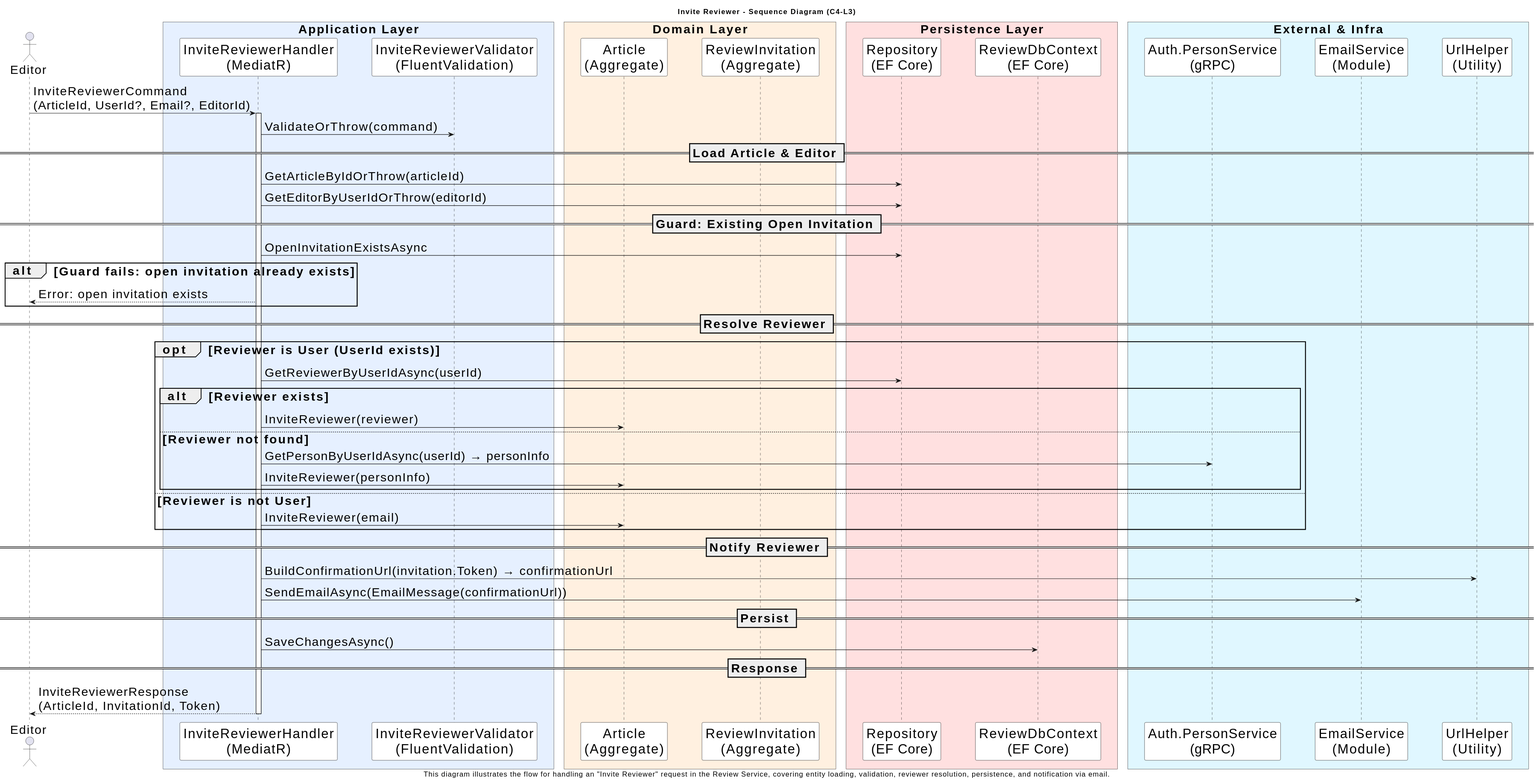
ldumit/Articles keeps this PlantUML diagram as docs/architecture/services/Review/C4-L3-InviteReviewer-Sequence.svg. Above is the earlier version.
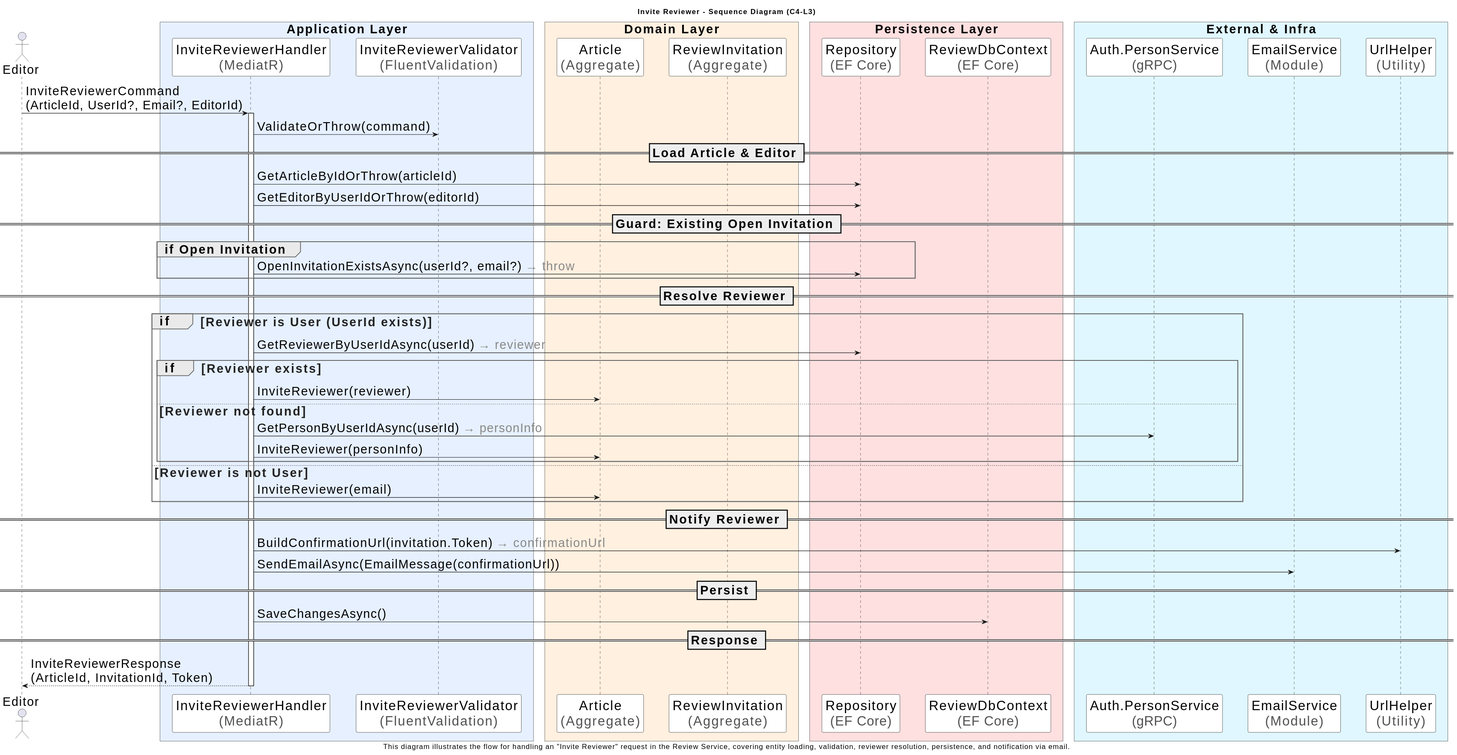
Above is the later version.

Commit message:
[Architecture] Update Invite Reviewer sequence diagram

The edit, as a diff of the source:
```diff
@@ -1,14 +1,21 @@
 @startuml
+!define MUTED(x) <color:#888888>x</color>
+!define GRAY(x) <color:#505050>x</color>
+
 skinparam DefaultFontSize 24
 skinparam participant {
   FontSize 26
   BackgroundColor White
   BorderColor Black
 }
-skinparam ParticipantPadding 29
-skinparam BoxPadding 9
+skinparam ParticipantPadding 20
+skinparam BoxPadding 10
 skinparam BboxBorderThickness 1
 skinparam ParticipantBackgroundColor<<Service>> #F2F2F2
+
+skinparam SequenceGroupBackgroundColor #EAEAEA
+skinparam SequenceGroupBorderColor #666666
+skinparam SequenceGroupFontColor #222222
 
 title Invite Reviewer - Sequence Diagram (C4-L3)
 caption This diagram illustrates the flow for handling an "Invite Reviewer" request in the Review Service, covering entity loading, validation, reviewer resolution, persistence, and notification via email.
@@ -16,24 +23,24 @@
 actor Client as "Editor"
 
 box " Application Layer " #E6F0FF
-  participant Handler as "InviteReviewerHandler\n(MediatR)"
-  participant Validator as "InviteReviewerValidator\n(FluentValidation)"
+  participant Handler as "InviteReviewerHandler\nGRAY((MediatR))"
+  participant Validator as "InviteReviewerValidator\nGRAY((FluentValidation))"
 end box
 
 box " Domain Layer " #FFF0E0
-  participant Article as "Article\n(Aggregate)"
-  participant Invitation as "ReviewInvitation\n(Aggregate)"
+  participant Article as "Article\nGRAY((Aggregate))"
+  participant Invitation as "ReviewInvitation\nGRAY((Aggregate))"
 end box
 
 box " Persistence Layer " #FFE0E0
-  participant Repository as "Repository\n(EF Core)"
-  participant DbContext as "ReviewDbContext\n(EF Core)"
+  participant Repository as "Repository\nGRAY((EF Core))"
+  participant DbContext as "ReviewDbContext\nGRAY((EF Core))"
 end box
 
 box " External & Infra " #E0F7FF
-  participant PersonSvc as "Auth.PersonService\n(gRPC)"
-  participant EmailSvc as "EmailService\n(Module)"
-  participant UrlHelper as "UrlHelper\n(Utility)"
+  participant PersonSvc as "Auth.PersonService\nGRAY((gRPC))"
+  participant EmailSvc as "EmailService\nGRAY((Module))"
+  participant UrlHelper as "UrlHelper\nGRAY((Utility))"
 end box
 
 Client -> Handler : InviteReviewerCommand\n(ArticleId, UserId?, Email?, EditorId)
@@ -46,18 +53,18 @@
 Handler -> Repository : GetEditorByUserIdOrThrow(editorId)
 
 == Guard: Existing Open Invitation ==
-Handler -> Repository : OpenInvitationExistsAsync
-alt Guard fails: open invitation already exists
-  Handler --> Client : Error: open invitation exists
+group if Open Invitation
+Handler -> Repository : OpenInvitationExistsAsync(userId?, email?) MUTED(→ throw)
 end
 
+
 == Resolve Reviewer ==
-opt Reviewer is User (UserId exists)
-  Handler -> Repository : GetReviewerByUserIdAsync(userId)
-  alt Reviewer exists
+group if  [Reviewer is User (UserId exists)]
+  Handler -> Repository : GetReviewerByUserIdAsync(userId) MUTED(→ reviewer)
+  group if [Reviewer exists]
     Handler -> Article : InviteReviewer(reviewer)
   else Reviewer not found
-    Handler -> PersonSvc : GetPersonByUserIdAsync(userId) → personInfo
+    Handler -> PersonSvc : GetPersonByUserIdAsync(userId) MUTED(→ personInfo)
     Handler -> Article : InviteReviewer(personInfo)
   end
 else Reviewer is not User
@@ -65,7 +72,7 @@
 end
 
 == Notify Reviewer ==
-Handler -> UrlHelper : BuildConfirmationUrl(invitation.Token) → confirmationUrl
+Handler -> UrlHelper : BuildConfirmationUrl(invitation.Token) MUTED(→ confirmationUrl)
 Handler -> EmailSvc : SendEmailAsync(EmailMessage(confirmationUrl))
 
 == Persist ==
```
